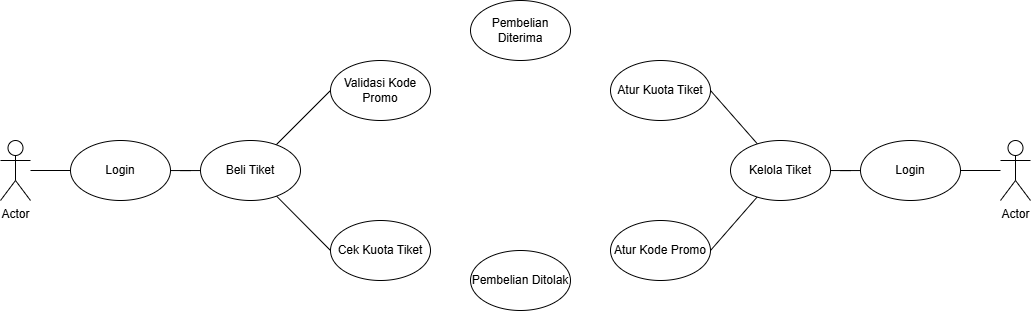
ramdiiprtm/UTS-PBO-A_MUHAMMAD-RAMDI-PRATAMA keeps this draw.io diagram as Use Diagram.png. Above is the earlier version. Source tidied: cells renumbered, new cells last; positions are measured from the earlier drawing's top-left corner, leaving out a move shared by most shapes. The source it was exported from:
```xml
<mxGraphModel>
  <root>
    <mxCell id="0" />
    <mxCell id="1" parent="0" />
    <mxCell id="2" style="edgeStyle=orthogonalEdgeStyle;rounded=0;jettySize=auto;html=1;endArrow=none;endFill=0;" parent="1" edge="1" source="3" target="21">
      <mxGeometry relative="1" as="geometry" />
    </mxCell>
    <mxCell id="3" value="Actor" style="shape=umlActor;verticalLabelPosition=bottom;verticalAlign=top;html=1;outlineConnect=0;" parent="1" vertex="1">
      <mxGeometry x="1000" y="140" width="30" height="60" as="geometry" />
    </mxCell>
    <mxCell id="4" style="edgeStyle=orthogonalEdgeStyle;rounded=0;jettySize=auto;html=1;endArrow=none;endFill=0;" parent="1" edge="1" source="5" target="14">
      <mxGeometry relative="1" as="geometry" />
    </mxCell>
    <mxCell id="5" value="Actor" style="shape=umlActor;verticalLabelPosition=bottom;verticalAlign=top;html=1;outlineConnect=0;" parent="1" vertex="1">
      <mxGeometry y="140" width="30" height="60" as="geometry" />
    </mxCell>
    <mxCell id="6" style="rounded=0;jettySize=auto;html=1;entryX=0;entryY=0.5;entryDx=0;entryDy=0;startArrow=none;startFill=0;endArrow=none;endFill=0;" parent="1" edge="1" source="8" target="16">
      <mxGeometry relative="1" as="geometry" />
    </mxCell>
    <mxCell id="7" style="rounded=0;jettySize=auto;html=1;entryX=0;entryY=0.5;entryDx=0;entryDy=0;endArrow=none;endFill=0;" parent="1" edge="1" source="8" target="15">
      <mxGeometry relative="1" as="geometry" />
    </mxCell>
    <mxCell id="8" value="Beli Tiket" style="ellipse;whiteSpace=wrap;html=1;" parent="1" vertex="1">
      <mxGeometry x="200" y="140" width="100" height="60" as="geometry" />
    </mxCell>
    <mxCell id="9" style="rounded=0;jettySize=auto;html=1;entryX=1;entryY=0.5;entryDx=0;entryDy=0;endArrow=none;endFill=0;" parent="1" edge="1" source="12" target="17">
      <mxGeometry relative="1" as="geometry" />
    </mxCell>
    <mxCell id="10" style="rounded=0;jettySize=auto;html=1;entryX=1;entryY=0.5;entryDx=0;entryDy=0;endArrow=none;endFill=0;" parent="1" edge="1" source="12" target="18">
      <mxGeometry relative="1" as="geometry" />
    </mxCell>
    <mxCell id="11" style="edgeStyle=orthogonalEdgeStyle;rounded=0;jettySize=auto;html=1;endArrow=none;endFill=0;" parent="1" edge="1" source="12" target="21">
      <mxGeometry relative="1" as="geometry" />
    </mxCell>
    <mxCell id="12" value="Kelola Tiket" style="ellipse;whiteSpace=wrap;html=1;" parent="1" vertex="1">
      <mxGeometry x="730" y="140" width="100" height="60" as="geometry" />
    </mxCell>
    <mxCell id="13" style="edgeStyle=orthogonalEdgeStyle;rounded=0;jettySize=auto;html=1;endArrow=none;endFill=0;" parent="1" edge="1" source="14" target="8">
      <mxGeometry relative="1" as="geometry" />
    </mxCell>
    <mxCell id="14" value="Login" style="ellipse;whiteSpace=wrap;html=1;" parent="1" vertex="1">
      <mxGeometry x="70" y="140" width="100" height="60" as="geometry" />
    </mxCell>
    <mxCell id="15" value="Cek Kuota Tiket" style="ellipse;whiteSpace=wrap;html=1;" parent="1" vertex="1">
      <mxGeometry x="330" y="220" width="100" height="60" as="geometry" />
    </mxCell>
    <mxCell id="16" value="Validasi Kode Promo" style="ellipse;whiteSpace=wrap;html=1;" parent="1" vertex="1">
      <mxGeometry x="330" y="60" width="100" height="60" as="geometry" />
    </mxCell>
    <mxCell id="17" value="Atur Kuota Tiket" style="ellipse;whiteSpace=wrap;html=1;" parent="1" vertex="1">
      <mxGeometry x="610" y="60" width="100" height="60" as="geometry" />
    </mxCell>
    <mxCell id="18" value="Atur Kode Promo" style="ellipse;whiteSpace=wrap;html=1;" parent="1" vertex="1">
      <mxGeometry x="610" y="220" width="100" height="60" as="geometry" />
    </mxCell>
    <mxCell id="19" value="Pembelian Diterima" style="ellipse;whiteSpace=wrap;html=1;" parent="1" vertex="1">
      <mxGeometry x="470" width="100" height="60" as="geometry" />
    </mxCell>
    <mxCell id="20" value="Pembelian Ditolak" style="ellipse;whiteSpace=wrap;html=1;" parent="1" vertex="1">
      <mxGeometry x="470" y="250" width="100" height="60" as="geometry" />
    </mxCell>
    <mxCell id="21" value="Login" style="ellipse;whiteSpace=wrap;html=1;" parent="1" vertex="1">
      <mxGeometry x="860" y="140" width="100" height="60" as="geometry" />
    </mxCell>
  </root>
</mxGraphModel>
```
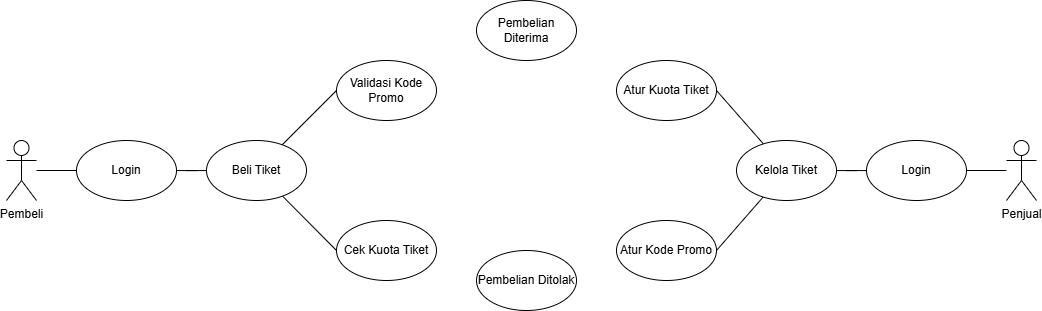
Above is the later version.

Change to the diagram source:
```diff
@@ -5,13 +5,13 @@
     <mxCell id="2" style="edgeStyle=orthogonalEdgeStyle;rounded=0;jettySize=auto;html=1;endArrow=none;endFill=0;" parent="1" edge="1" source="3" target="21">
       <mxGeometry relative="1" as="geometry" />
     </mxCell>
-    <mxCell id="3" value="Actor" style="shape=umlActor;verticalLabelPosition=bottom;verticalAlign=top;html=1;outlineConnect=0;" parent="1" vertex="1">
+    <mxCell id="3" value="Penjual" style="shape=umlActor;verticalLabelPosition=bottom;verticalAlign=top;html=1;outlineConnect=0;" parent="1" vertex="1">
       <mxGeometry x="1000" y="140" width="30" height="60" as="geometry" />
     </mxCell>
     <mxCell id="4" style="edgeStyle=orthogonalEdgeStyle;rounded=0;jettySize=auto;html=1;endArrow=none;endFill=0;" parent="1" edge="1" source="5" target="14">
       <mxGeometry relative="1" as="geometry" />
     </mxCell>
-    <mxCell id="5" value="Actor" style="shape=umlActor;verticalLabelPosition=bottom;verticalAlign=top;html=1;outlineConnect=0;" parent="1" vertex="1">
+    <mxCell id="5" value="Pembeli" style="shape=umlActor;verticalLabelPosition=bottom;verticalAlign=top;html=1;outlineConnect=0;" parent="1" vertex="1">
       <mxGeometry y="140" width="30" height="60" as="geometry" />
     </mxCell>
     <mxCell id="6" style="rounded=0;jettySize=auto;html=1;entryX=0;entryY=0.5;entryDx=0;entryDy=0;startArrow=none;startFill=0;endArrow=none;endFill=0;" parent="1" edge="1" source="8" target="16">
```
